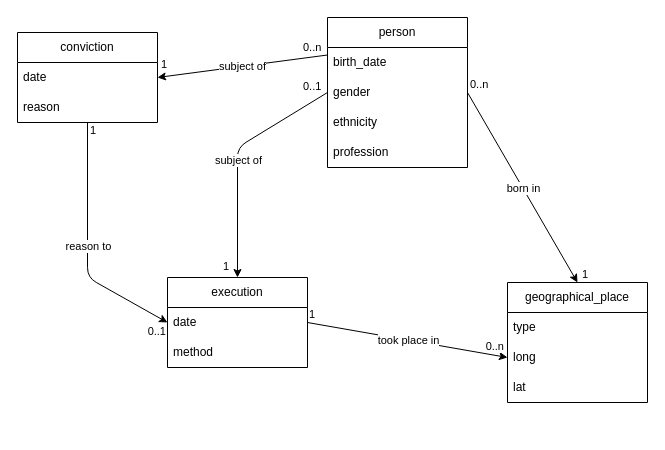
Earlier version of the draw.io diagram documentation/diagramme.drawio (felileg/HN1_unine_2026). Source tidied: cells renumbered, new cells numbered last; positions are measured from the earlier drawing's top-left corner, leaving out a move shared by most shapes. Both pictures are drawn from the tidied source at 100%, with x=0, y=0 at pixel (17, 17).
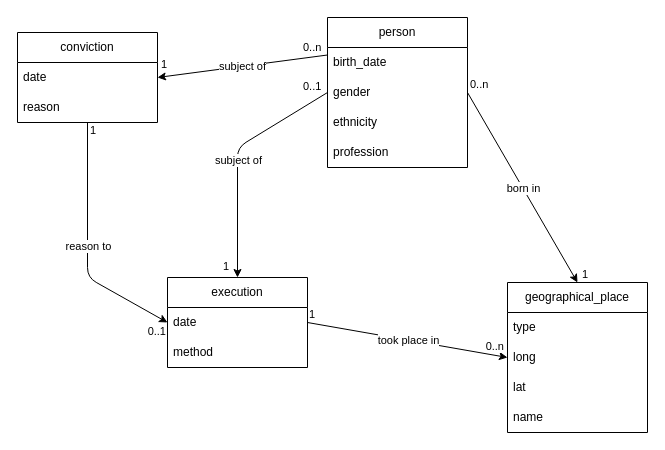
The same page after the edit.

Commit message (it also covers changes not shown here):
màj diagramme

Change to the diagram source:
```diff
@@
     <mxCell id="2" value="geographical_place" style="swimlane;fontStyle=0;horizontal=1;startSize=30;whiteSpace=wrap;html=1;" parent="1" vertex="1">
-      <mxGeometry x="490" y="265" width="140" height="120" as="geometry" />
+      <mxGeometry x="490" y="265" width="140" height="150" as="geometry" />
     </mxCell>
@@
+    <mxCell id="37" value="name" style="text;strokeColor=none;fillColor=none;align=left;verticalAlign=middle;spacingLeft=4;spacingRight=4;overflow=hidden;whiteSpace=wrap;html=1;" parent="2" vertex="1">
+      <mxGeometry y="120" width="140" height="30" as="geometry" />
+    </mxCell>
```
